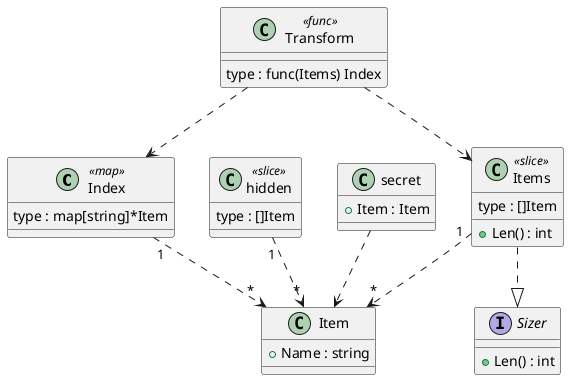
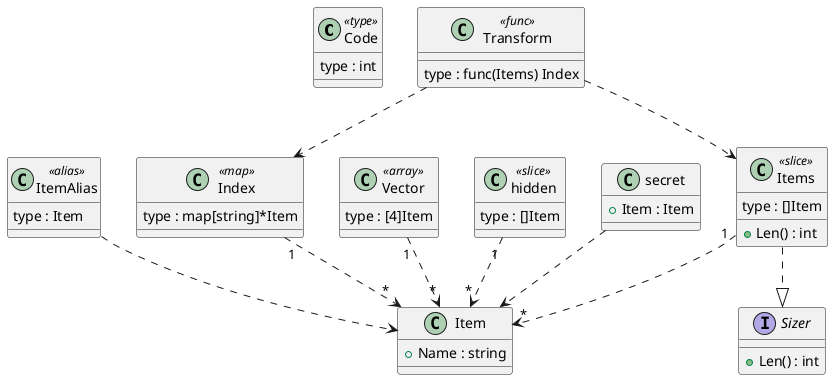
@startuml class-diagram
+     class "Code" as Code <<type>> {
+         type : int
+     }
    class "Index" as Index <<map>> {
        type : map[string]*Item
    }
    class "Item" as Item {
        +Name : string
+     }
+     class "ItemAlias" as ItemAlias <<alias>> {
+         type : Item
    }
    class "Items" as Items <<slice>> {
        type : []Item
        +Len() : int
    }
    interface "Sizer" as Sizer {
        +Len() : int
    }
    class "Transform" as Transform <<func>> {
        type : func(Items) Index
    }
+     class "Vector" as Vector <<array>> {
+         type : [4]Item
+     }
    class "hidden" as hidden <<slice>> {
        type : []Item
    }
    class "secret" as secret {
        +Item : Item
    }
    Index "1" ..> "*" Item
+     ItemAlias ..> Item
    Items "1" ..> "*" Item
    Items ..|> Sizer
    Transform ..> Index
    Transform ..> Items
+     Vector "1" ..> "*" Item
    hidden "1" ..> "*" Item
    secret ..> Item
@enduml
